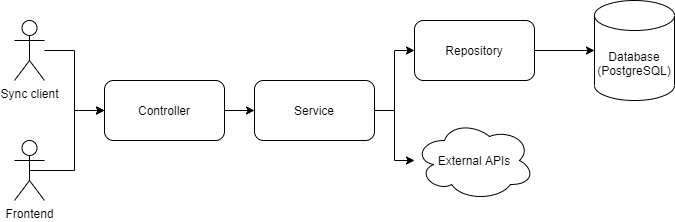
This is figures/backend_layered_diagram.png from DEVELOPEST/gtm-thesis, a draw.io export, as it was before one commit. Source tidied: cells renumbered, new cells last; positions are measured from the earlier drawing's top-left corner, leaving out a move shared by most shapes.
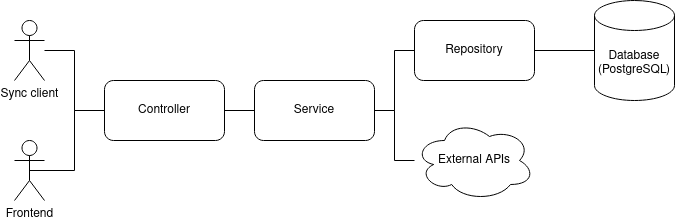
The same diagram one commit later.

What changed in the source:
```diff
@@ -2,28 +2,28 @@
   <root>
     <mxCell id="0" />
     <mxCell id="1" parent="0" />
-    <mxCell id="2" style="edgeStyle=orthogonalEdgeStyle;rounded=0;jettySize=auto;html=1;" parent="1" edge="1" source="3" target="8">
+    <mxCell id="2" style="edgeStyle=orthogonalEdgeStyle;rounded=0;jettySize=auto;html=1;endArrow=none;endFill=0;" parent="1" edge="1" source="3" target="8">
       <mxGeometry relative="1" as="geometry" />
     </mxCell>
     <mxCell id="3" value="Controller" style="rounded=1;whiteSpace=wrap;html=1;" parent="1" vertex="1">
       <mxGeometry x="90" y="80" width="120" height="60" as="geometry" />
     </mxCell>
-    <mxCell id="4" style="edgeStyle=orthogonalEdgeStyle;rounded=0;jettySize=auto;html=1;exitX=0.5;exitY=0.5;exitDx=0;exitDy=0;exitPerimeter=0;entryX=0;entryY=0.5;entryDx=0;entryDy=0;" parent="1" edge="1" source="5" target="3">
+    <mxCell id="4" style="edgeStyle=orthogonalEdgeStyle;rounded=0;jettySize=auto;html=1;exitX=0.5;exitY=0.5;exitDx=0;exitDy=0;exitPerimeter=0;entryX=0;entryY=0.5;entryDx=0;entryDy=0;endArrow=none;endFill=0;" parent="1" edge="1" source="5" target="3">
       <mxGeometry relative="1" as="geometry" />
     </mxCell>
     <mxCell id="5" value="Frontend" style="shape=umlActor;verticalLabelPosition=bottom;verticalAlign=top;html=1;outlineConnect=0;" parent="1" vertex="1">
       <mxGeometry y="140" width="30" height="60" as="geometry" />
     </mxCell>
-    <mxCell id="6" style="edgeStyle=orthogonalEdgeStyle;rounded=0;jettySize=auto;html=1;" parent="1" edge="1" source="8" target="10">
+    <mxCell id="6" style="edgeStyle=orthogonalEdgeStyle;rounded=0;jettySize=auto;html=1;endArrow=none;endFill=0;" parent="1" edge="1" source="8" target="10">
       <mxGeometry relative="1" as="geometry" />
     </mxCell>
-    <mxCell id="7" style="edgeStyle=orthogonalEdgeStyle;rounded=0;jettySize=auto;html=1;" parent="1" edge="1" source="8" target="14">
+    <mxCell id="7" style="edgeStyle=orthogonalEdgeStyle;rounded=0;jettySize=auto;html=1;endArrow=none;endFill=0;" parent="1" edge="1" source="8" target="14">
       <mxGeometry relative="1" as="geometry" />
     </mxCell>
     <mxCell id="8" value="Service" style="rounded=1;whiteSpace=wrap;html=1;" parent="1" vertex="1">
       <mxGeometry x="240" y="80" width="120" height="60" as="geometry" />
     </mxCell>
-    <mxCell id="9" style="edgeStyle=orthogonalEdgeStyle;rounded=0;jettySize=auto;html=1;" parent="1" edge="1" source="10" target="11">
+    <mxCell id="9" style="edgeStyle=orthogonalEdgeStyle;rounded=0;jettySize=auto;html=1;endArrow=none;endFill=0;" parent="1" edge="1" source="10" target="11">
       <mxGeometry relative="1" as="geometry" />
     </mxCell>
     <mxCell id="10" value="Repository" style="rounded=1;whiteSpace=wrap;html=1;" parent="1" vertex="1">
@@ -32,7 +32,7 @@
     <mxCell id="11" value="Database&lt;br&gt;(PostgreSQL)" style="shape=cylinder3;whiteSpace=wrap;html=1;boundedLbl=1;backgroundOutline=1;size=15;" parent="1" vertex="1">
       <mxGeometry x="580" width="80" height="100" as="geometry" />
     </mxCell>
-    <mxCell id="12" style="edgeStyle=orthogonalEdgeStyle;rounded=0;jettySize=auto;html=1;" parent="1" edge="1" source="13" target="3">
+    <mxCell id="12" style="edgeStyle=orthogonalEdgeStyle;rounded=0;jettySize=auto;html=1;endArrow=none;endFill=0;" parent="1" edge="1" source="13" target="3">
       <mxGeometry relative="1" as="geometry" />
     </mxCell>
     <mxCell id="13" value="Sync client" style="shape=umlActor;verticalLabelPosition=bottom;verticalAlign=top;html=1;outlineConnect=0;" parent="1" vertex="1">
```
